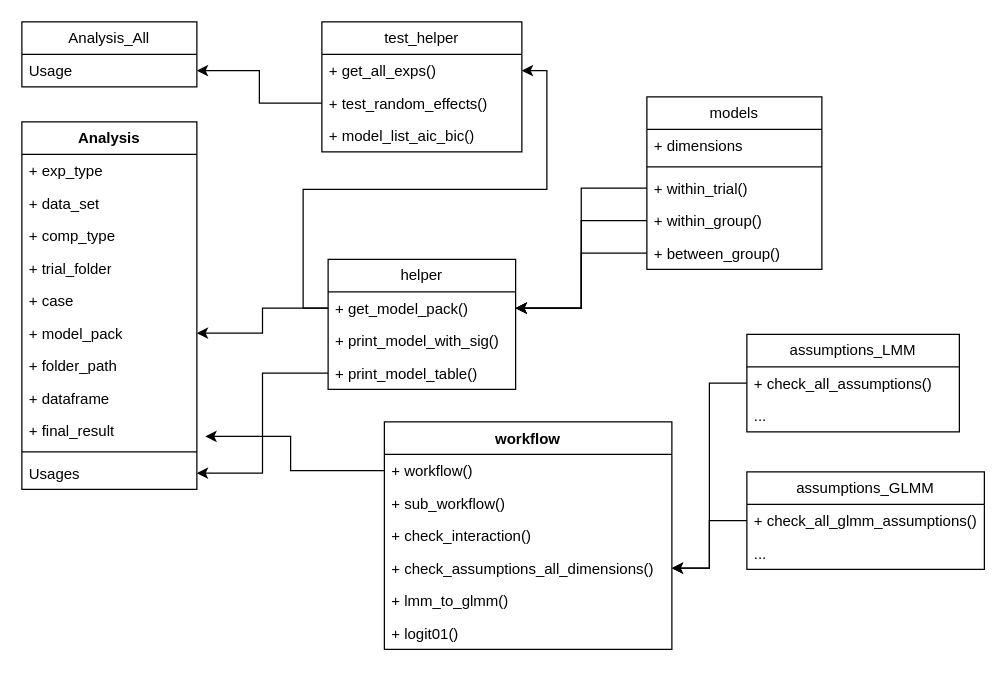
The draw.io diagram src/R/UML/R_UML.drawio in Belown/Programmer_Scanpath_Gaze_Behavior, before the edit. Source tidied: cells renumbered, new cells numbered last; positions are measured from the earlier drawing's top-left corner, leaving out a move shared by most shapes. Both pictures are drawn from the tidied source at 125%, with x=0, y=0 at pixel (21, 21).
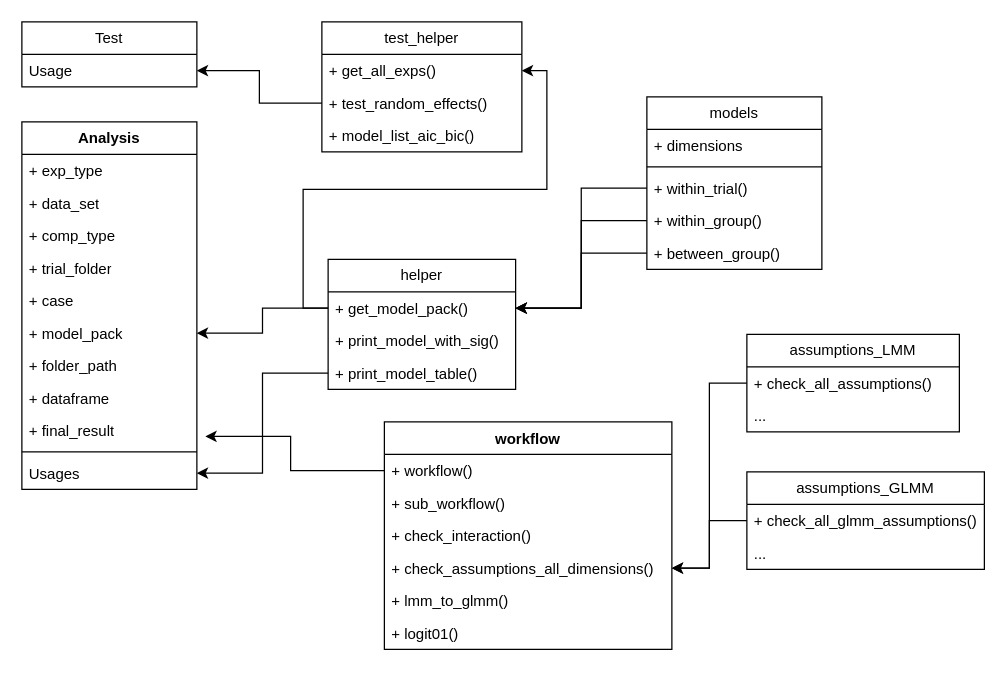
The same diagram, later.

Diff of the diagram source:
```diff
@@
-    <mxCell id="41" value="Analysis_All" style="swimlane;fontStyle=0;horizontal=1;startSize=26;fillColor=none;whiteSpace=wrap;html=1;" parent="1" vertex="1">
+    <mxCell id="41" value="Test" style="swimlane;fontStyle=0;horizontal=1;startSize=26;fillColor=none;whiteSpace=wrap;html=1;" parent="1" vertex="1">
       <mxGeometry width="140" height="52" as="geometry" />
     </mxCell>
```
